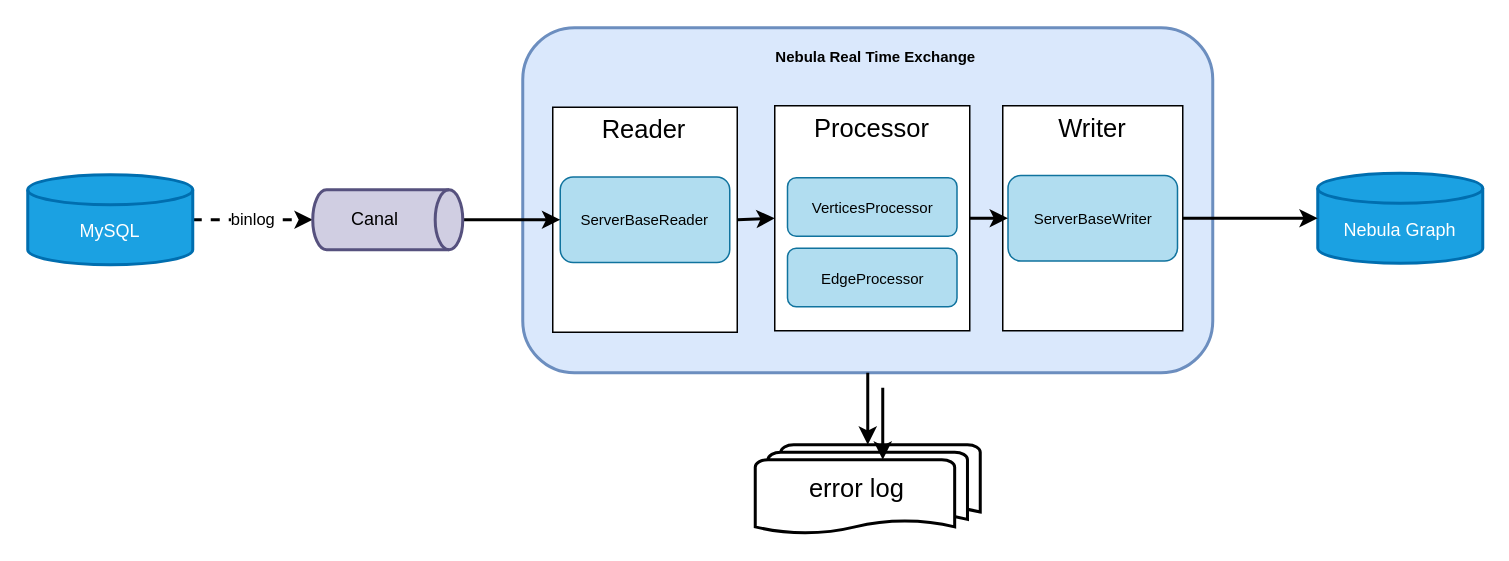
Earlier version of the draw.io diagram Untitled Diagram.drawio (ToJ112/pic-md). Source tidied: cells renumbered, new cells numbered last; positions are measured from the earlier drawing's top-left corner, leaving out a move shared by most shapes. Both pictures are drawn from the tidied source at 150%, with x=0, y=0 at pixel (27, 27).
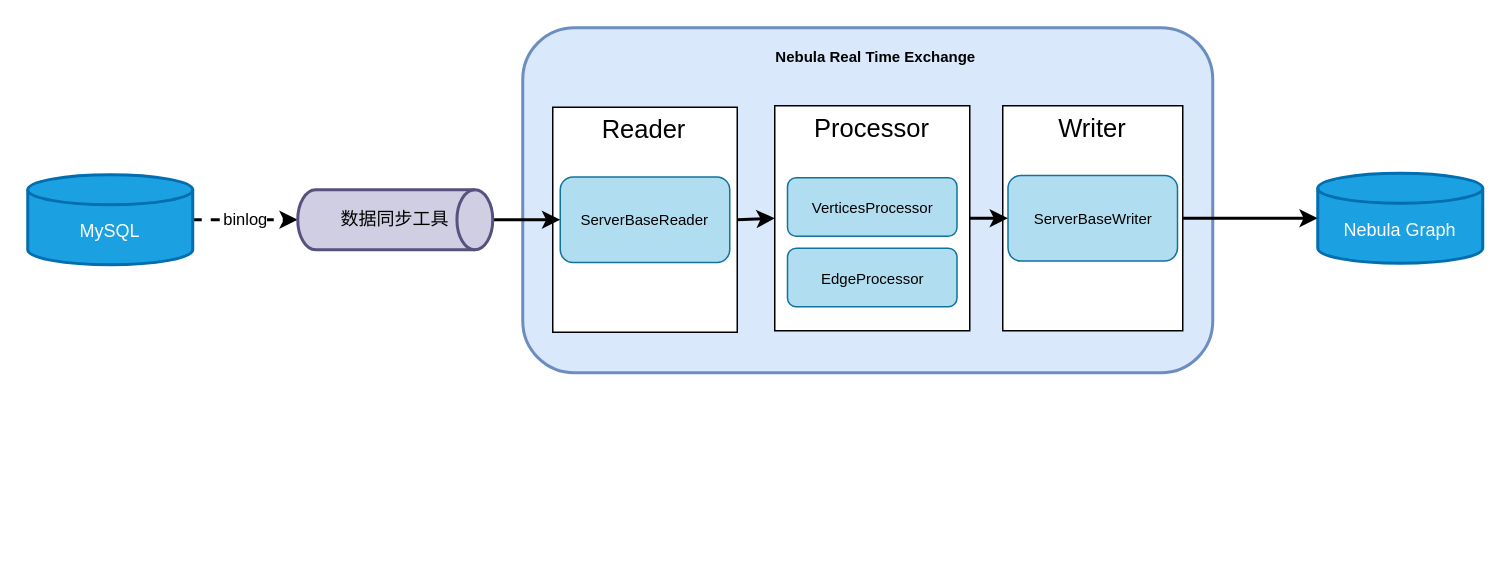
Above is the later version.

Unchanged cells that the change refers to:
```xml
<mxCell id="3" style="rounded=1;whiteSpace=wrap;html=1;fillColor=#dae8fc;strokeWidth=2;strokeColor=#6c8ebf;" parent="2" vertex="1">
  <mxGeometry width="460" height="230" as="geometry" />
</mxCell>
```

Change to the diagram source:
```diff
@@
-    <mxCell id="26" value="Canal&amp;nbsp; &amp;nbsp; &amp;nbsp;" style="strokeWidth=2;html=1;shape=mxgraph.flowchart.direct_data;whiteSpace=wrap;fillColor=#d0cee2;strokeColor=#56517e;" parent="1" vertex="1">
-      <mxGeometry x="190" y="108" width="100" height="40" as="geometry" />
+    <mxCell id="26" value="数据同步工具" style="strokeWidth=2;html=1;shape=mxgraph.flowchart.direct_data;whiteSpace=wrap;fillColor=#d0cee2;strokeColor=#56517e;" parent="1" vertex="1">
+      <mxGeometry x="180" y="108" width="130" height="40" as="geometry" />
     </mxCell>
@@
-    <mxCell id="29" value="error log&amp;nbsp; &amp;nbsp;" style="strokeWidth=2;html=1;shape=mxgraph.flowchart.multi-document;whiteSpace=wrap;rounded=0;fontSize=17;" parent="1" vertex="1">
-      <mxGeometry x="485" y="278" width="150" height="60" as="geometry" />
-    </mxCell>
-    <mxCell id="30" style="edgeStyle=none;rounded=0;jettySize=auto;html=1;fontSize=17;strokeWidth=2;" parent="1" edge="1" source="3" target="29">
-      <mxGeometry relative="1" as="geometry" />
-    </mxCell>
-    <mxCell id="31" style="edgeStyle=none;rounded=0;orthogonalLoop=1;jettySize=auto;html=1;fontSize=17;strokeWidth=2;" parent="1" edge="1">
-      <mxGeometry relative="1" as="geometry">
-        <mxPoint x="570" y="240" as="sourcePoint" />
-        <mxPoint x="570" y="288" as="targetPoint" />
-      </mxGeometry>
-    </mxCell>
```
